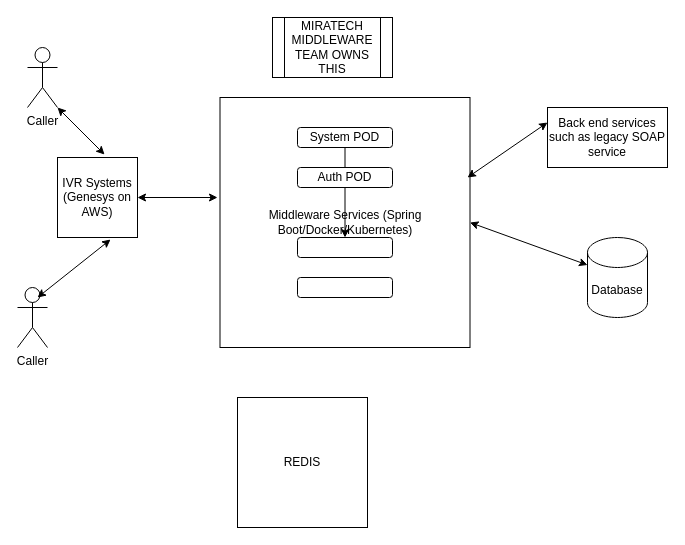
Above: IVR MW.drawio in anshuldevmehta/RandomDiagrams (draw.io), before the change. Source tidied: cells renumbered, new cells numbered last; positions are measured from the earlier drawing's top-left corner, leaving out a move shared by most shapes. Both pictures are drawn from the tidied source at 100%, with x=0, y=0 at pixel (17, 17).
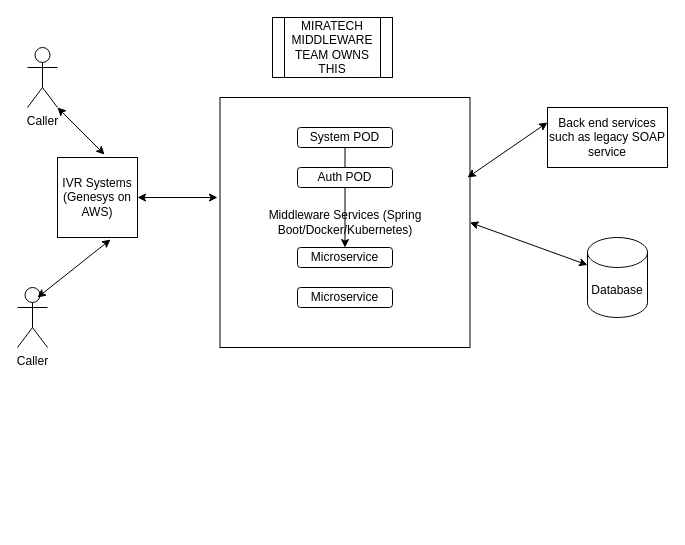
The same page after the edit.

What changed in the source:
```diff
@@
-    <mxCell id="5" style="rounded=1;whiteSpace=wrap;html=1;" parent="1" vertex="1">
-      <mxGeometry x="280" y="260" width="95" height="20" as="geometry" />
+    <mxCell id="5" value="Microservice" style="rounded=1;whiteSpace=wrap;html=1;" parent="1" vertex="1">
+      <mxGeometry x="280" y="270" width="95" height="20" as="geometry" />
     </mxCell>
@@
-    <mxCell id="7" style="rounded=1;whiteSpace=wrap;html=1;" parent="1" vertex="1">
-      <mxGeometry x="280" y="220" width="95" height="20" as="geometry" />
+    <mxCell id="7" value="Microservice" style="rounded=1;whiteSpace=wrap;html=1;" parent="1" vertex="1">
+      <mxGeometry x="280" y="230" width="95" height="20" as="geometry" />
     </mxCell>
@@
-    <mxCell id="19" value="REDIS" style="whiteSpace=wrap;html=1;" parent="1" vertex="1">
-      <mxGeometry x="220" y="380" width="130" height="130" as="geometry" />
-    </mxCell>
```
